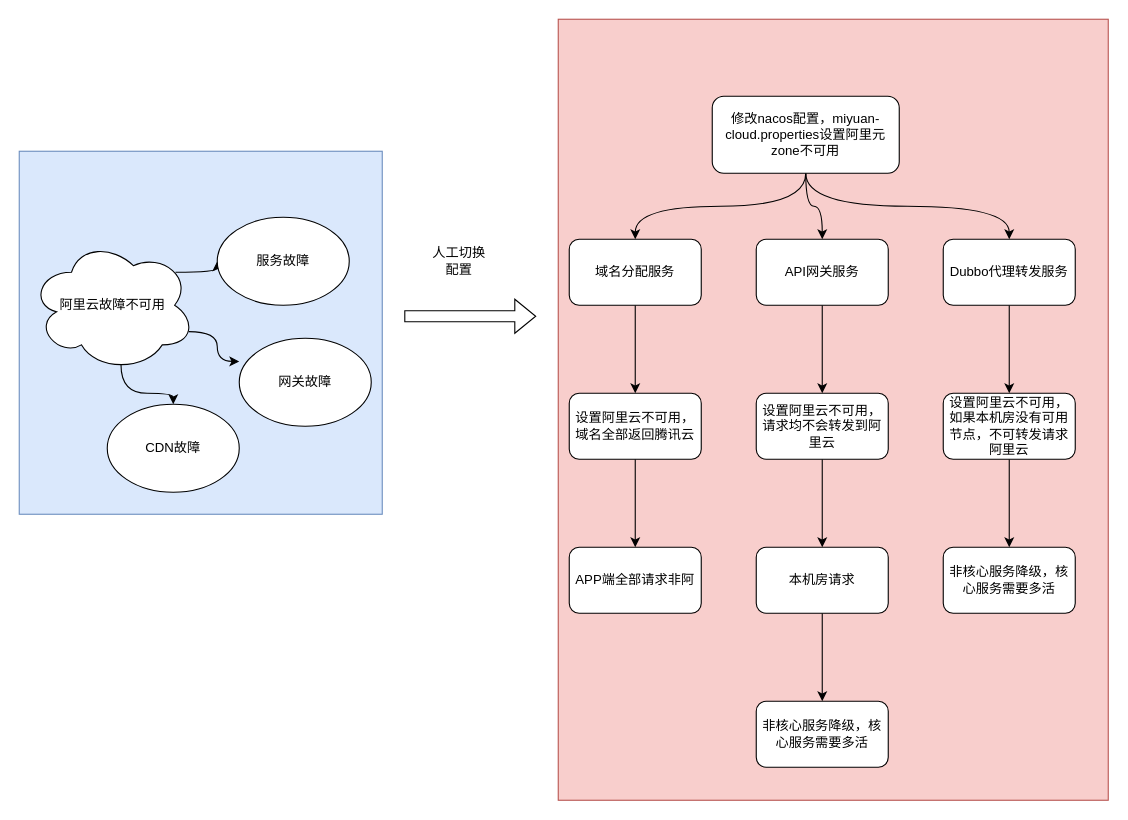
smallleaf/draw.io keeps this draw.io diagram as page "第 1 页" (1 of 3) of miyuan/多云切流.drawio. Above is the earlier version. Source tidied: cells renumbered, new cells numbered last; positions are measured from the earlier drawing's top-left corner, leaving out a move shared by most shapes. Both pictures are drawn from the tidied source at 110%, with x=0, y=0 at pixel (19, 19).
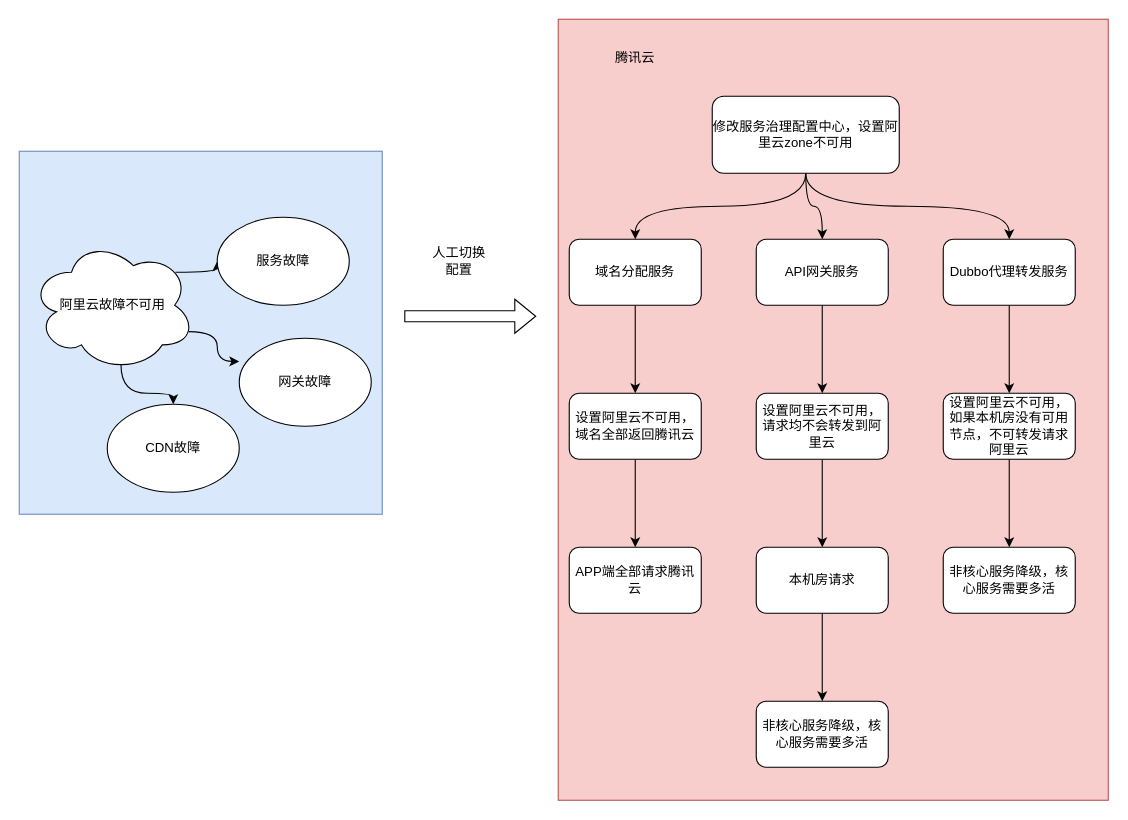
After the change.

Commit message:
更新多云切流.drawio

What changed in the source:
```diff
@@
-    <mxCell id="14" value="修改nacos配置，miyuan-cloud.properties设置阿里元zone不可用" style="rounded=1;whiteSpace=wrap;html=1;" parent="1" vertex="1">
+    <mxCell id="14" value="修改服务治理配置中心，设置阿里云zone不可用" style="rounded=1;whiteSpace=wrap;html=1;" parent="1" vertex="1">
       <mxGeometry x="630" y="70" width="170" height="70" as="geometry" />
     </mxCell>
@@
-    <mxCell id="19" value="APP端全部请求非阿" style="rounded=1;whiteSpace=wrap;html=1;" parent="1" vertex="1">
+    <mxCell id="19" value="APP端全部请求腾讯云" style="rounded=1;whiteSpace=wrap;html=1;" parent="1" vertex="1">
       <mxGeometry x="500" y="480" width="120" height="60" as="geometry" />
     </mxCell>
@@
+    <mxCell id="34" value="腾讯云" style="text;html=1;align=center;verticalAlign=middle;whiteSpace=wrap;rounded=0;" parent="1" vertex="1">
+      <mxGeometry x="530" y="20" width="60" height="30" as="geometry" />
+    </mxCell>
```
